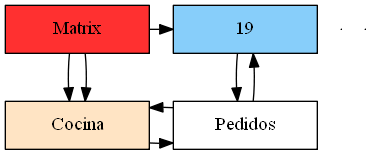
Before: Proyecto1EDD/Alcaraz y Chapa-4-2021.png, a diagram exported from Graphviz (JOSE6755/EDD_FASE2). Its source is kept beside it as Proyecto1EDD/Alcaraz y Chapa-4-2021.dot. The source it was exported from:
```dot
digraph Sparce_Matrix {
node [shape=box]
MT[label="Matrix",width=1.5,style=filled,fillcolor=firebrick1,group=1];
e0[ shape = point, width = 0 ];
e1[ shape = point, width = 0 ];
V0[label="Cocina"width = 1.5 style = filled, fillcolor = bisque1, group = 1];
MT->V0
H0[label="19"width = 1.5 style = filled, fillcolor = lightskyblue, group =2];
MT->V0
MT->H0
{rank=same; MT;H0;}
"0xc00013fb90"[label="Pedidos" width=1.5,group=2];
V0->"0xc00013fb90"
"0xc00013fb90"->V0
{rank=same V0;"0xc00013fb90";}
H0->"0xc00013fb90"
"0xc00013fb90"->H0

}
```
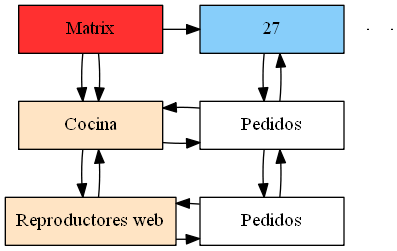
After the change.

Diff of the diagram source:
```diff
@@ -4,16 +4,25 @@
 e0[ shape = point, width = 0 ];
 e1[ shape = point, width = 0 ];
 V0[label="Cocina"width = 1.5 style = filled, fillcolor = bisque1, group = 1];
+V1[label="Reproductores web"width = 1.5 style = filled, fillcolor = bisque1, group = 1];
+V0-> V1
+V1-> V0
 MT->V0
-H0[label="19"width = 1.5 style = filled, fillcolor = lightskyblue, group =2];
+H0[label="27"width = 1.5 style = filled, fillcolor = lightskyblue, group =2];
 MT->V0
 MT->H0
 {rank=same; MT;H0;}
-"0xc00013fb90"[label="Pedidos" width=1.5,group=2];
-V0->"0xc00013fb90"
-"0xc00013fb90"->V0
-{rank=same V0;"0xc00013fb90";}
-H0->"0xc00013fb90"
-"0xc00013fb90"->H0
+"0xc000172240"[label="Pedidos" width=1.5,group=2];
+"0xc000172750"[label="Pedidos" width=1.5,group=2];
+V0->"0xc000172240"
+"0xc000172240"->V0
+{rank=same V0;"0xc000172240";}
+V1->"0xc000172750"
+"0xc000172750"->V1
+{rank=same V1;"0xc000172750";}
+H0->"0xc000172240"
+"0xc000172240"->H0
+"0xc000172240"->"0xc000172750"
+"0xc000172750"->"0xc000172240"
 
 }
```
